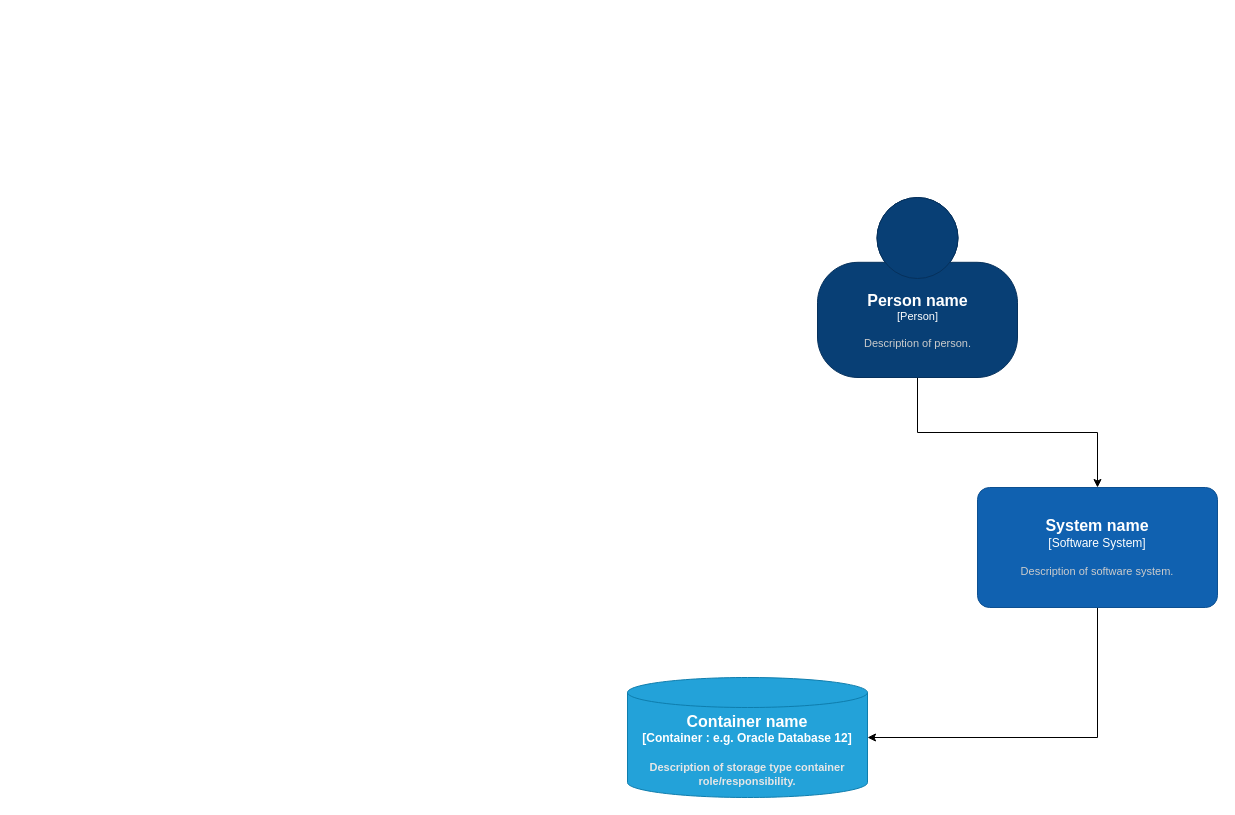
Before: desgingtest.drawio in jankb/kotlintest, a draw.io diagram. Source tidied: cells renumbered, new cells numbered last; positions are measured from the earlier drawing's top-left corner, leaving out a move shared by most shapes. Both pictures are drawn from the tidied source at 100%, with x=0, y=0 at pixel (627, 197).
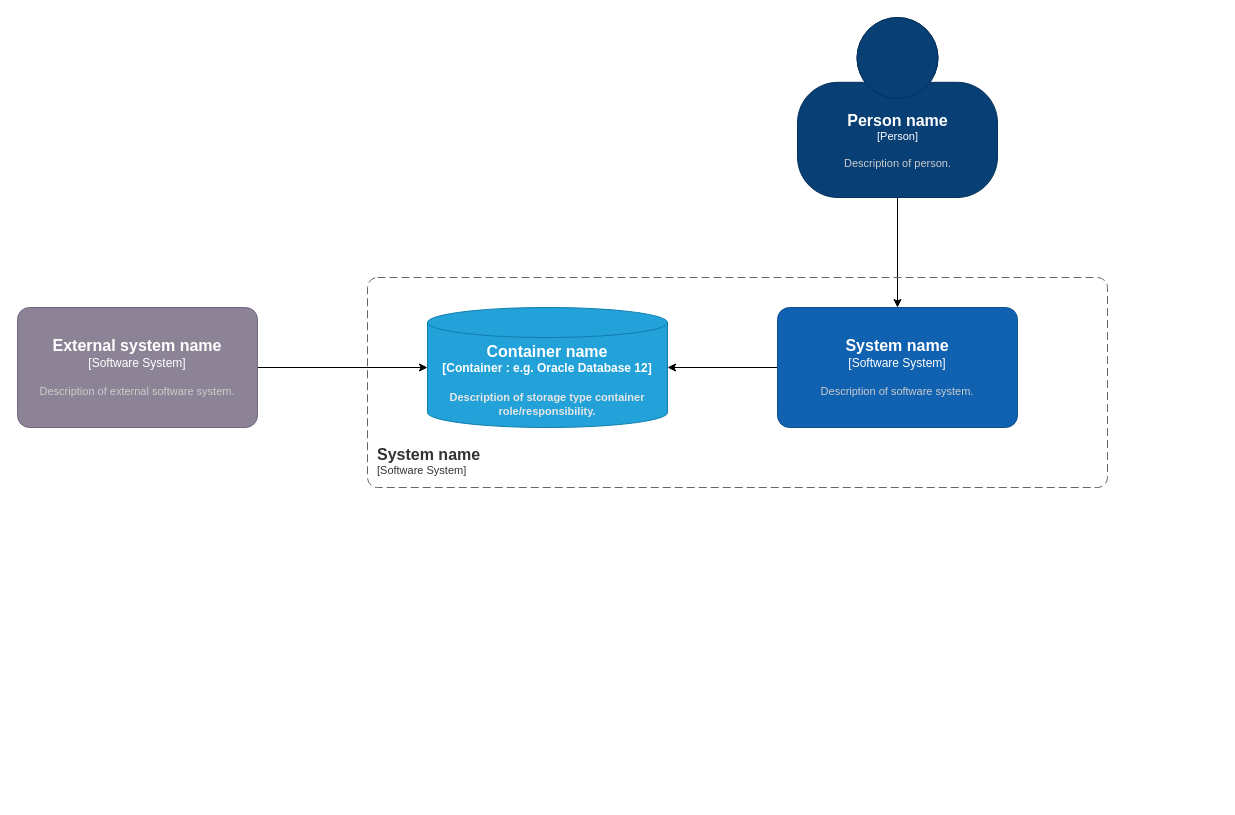
After the change.

What changed in the source:
```diff
@@
 <mxGraphModel>
   <root>
     <mxCell id="0" />
     <mxCell id="1" parent="0" />
     <mxCell id="2" style="edgeStyle=orthogonalEdgeStyle;rounded=0;jettySize=auto;html=1;exitX=0.5;exitY=1;exitDx=0;exitDy=0;exitPerimeter=0;entryX=0.5;entryY=0;entryDx=0;entryDy=0;entryPerimeter=0;" parent="1" edge="1" source="3" target="6">
       <mxGeometry relative="1" as="geometry" />
     </mxCell>
     <object id="3" label="&lt;font style=&quot;font-size: 16px&quot;&gt;&lt;b&gt;%c4Name%&lt;/b&gt;&lt;/font&gt;&lt;div&gt;[%c4Type%]&lt;/div&gt;&lt;br&gt;&lt;div&gt;&lt;font style=&quot;font-size: 11px&quot;&gt;&lt;font color=&quot;#cccccc&quot;&gt;%c4Description%&lt;/font&gt;&lt;/div&gt;" c4Description="Description of person." c4Name="Person name" c4Type="Person" placeholders="1">
       <mxCell style="html=1;fontSize=11;dashed=0;whitespace=wrap;fillColor=#083F75;strokeColor=#06315C;fontColor=#ffffff;shape=mxgraph.c4.person2;align=center;points=[[0.5,0,0],[1,0.5,0],[1,0.75,0],[0.75,1,0],[0.5,1,0],[0.25,1,0],[0,0.75,0],[0,0.5,0]];" parent="1" vertex="1">
-        <mxGeometry x="190" width="200" height="180" as="geometry" />
+        <mxGeometry x="170" y="-180" width="200" height="180" as="geometry" />
       </mxCell>
     </object>
     <object id="4" label="&lt;font style=&quot;font-size: 16px&quot;&gt;&lt;b&gt;%c4Type%&lt;/font&gt;&lt;div&gt;[%c4Container%:&amp;nbsp;%c4Technology%]&lt;/div&gt;&lt;br&gt;&lt;div&gt;&lt;font style=&quot;font-size: 11px&quot;&gt;&lt;font color=&quot;#E6E6E6&quot;&gt;%c4Description%&lt;/font&gt;&lt;/div&gt;" c4Container="Container " c4Description="Description of storage type container role/responsibility." c4Technology="e.g. Oracle Database 12" c4Type="Container name" placeholders="1">
       <mxCell style="shape=cylinder3;size=15;whiteSpace=wrap;html=1;boundedLbl=1;rounded=0;labelBackgroundColor=none;fillColor=#23A2D9;fontSize=12;fontColor=#ffffff;align=center;strokeColor=#0E7DAD;points=[[0.5,0,0],[1,0.25,0],[1,0.5,0],[1,0.75,0],[0.5,1,0],[0,0.75,0],[0,0.5,0],[0,0.25,0]];" parent="1" vertex="1">
-        <mxGeometry y="480" width="240" height="120" as="geometry" />
+        <mxGeometry x="-200" y="110" width="240" height="120" as="geometry" />
       </mxCell>
     </object>
-    <mxCell id="5" style="edgeStyle=orthogonalEdgeStyle;rounded=0;jettySize=auto;html=1;exitX=0.5;exitY=1;exitDx=0;exitDy=0;exitPerimeter=0;entryX=1;entryY=0.5;entryDx=0;entryDy=0;entryPerimeter=0;" parent="1" edge="1" source="6" target="4">
+    <mxCell id="5" style="edgeStyle=orthogonalEdgeStyle;rounded=0;jettySize=auto;html=1;exitX=0;exitY=0.5;exitDx=0;exitDy=0;exitPerimeter=0;entryX=1;entryY=0.5;entryDx=0;entryDy=0;entryPerimeter=0;" parent="1" edge="1" source="6" target="4">
       <mxGeometry relative="1" as="geometry" />
     </mxCell>
     <object id="6" label="&lt;font style=&quot;font-size: 16px&quot;&gt;&lt;b&gt;%c4Name%&lt;/b&gt;&lt;/font&gt;&lt;div&gt;[%c4Type%]&lt;/div&gt;&lt;br&gt;&lt;div&gt;&lt;font style=&quot;font-size: 11px&quot;&gt;&lt;font color=&quot;#cccccc&quot;&gt;%c4Description%&lt;/font&gt;&lt;/div&gt;" c4Description="Description of software system." c4Name="System name" c4Type="Software System" placeholders="1">
       <mxCell style="rounded=1;whiteSpace=wrap;html=1;labelBackgroundColor=none;fillColor=#1061B0;fontColor=#ffffff;align=center;arcSize=10;strokeColor=#0D5091;points=[[0.25,0,0],[0.5,0,0],[0.75,0,0],[1,0.25,0],[1,0.5,0],[1,0.75,0],[0.75,1,0],[0.5,1,0],[0.25,1,0],[0,0.75,0],[0,0.5,0],[0,0.25,0]];" parent="1" vertex="1">
-        <mxGeometry x="350" y="290" width="240" height="120" as="geometry" />
+        <mxGeometry x="150" y="110" width="240" height="120" as="geometry" />
       </mxCell>
     </object>
+    <object id="7" label="&lt;font style=&quot;font-size: 16px&quot;&gt;&lt;b&gt;&lt;div style=&quot;text-align: left&quot;&gt;%c4Name%&lt;/div&gt;&lt;/b&gt;&lt;/font&gt;&lt;div style=&quot;text-align: left&quot;&gt;[%c4Application%]&lt;/div&gt;" c4Application="Software System" c4Name="System name" placeholders="1">
+      <mxCell style="rounded=1;fontSize=11;whiteSpace=wrap;html=1;dashed=1;arcSize=20;fillColor=none;strokeColor=#666666;fontColor=#333333;labelBackgroundColor=none;align=left;verticalAlign=bottom;labelBorderColor=none;spacingTop=0;spacing=10;dashPattern=8 4;perimeter=rectanglePerimeter;noLabel=0;labelPadding=0;absoluteArcSize=1;" parent="1" vertex="1">
+        <mxGeometry x="-260" y="80" width="740" height="210" as="geometry" />
+      </mxCell>
+    </object>
+    <mxCell id="8" style="edgeStyle=orthogonalEdgeStyle;rounded=0;jettySize=auto;html=1;exitX=1;exitY=0.5;exitDx=0;exitDy=0;exitPerimeter=0;" parent="1" edge="1" source="9" target="4">
+      <mxGeometry relative="1" as="geometry" />
+    </mxCell>
+    <object id="9" label="&lt;font style=&quot;font-size: 16px&quot;&gt;&lt;b&gt;%c4Name%&lt;/b&gt;&lt;/font&gt;&lt;div&gt;[%c4Type%]&lt;/div&gt;&lt;br&gt;&lt;div&gt;&lt;font style=&quot;font-size: 11px&quot;&gt;&lt;font color=&quot;#cccccc&quot;&gt;%c4Description%&lt;/font&gt;&lt;/div&gt;" c4Description="Description of external software system." c4Name="External system name" c4Type="Software System" placeholders="1">
+      <mxCell style="rounded=1;whiteSpace=wrap;html=1;labelBackgroundColor=none;fillColor=#8C8496;fontColor=#ffffff;align=center;arcSize=10;strokeColor=#736782;points=[[0.25,0,0],[0.5,0,0],[0.75,0,0],[1,0.25,0],[1,0.5,0],[1,0.75,0],[0.75,1,0],[0.5,1,0],[0.25,1,0],[0,0.75,0],[0,0.5,0],[0,0.25,0]];" parent="1" vertex="1">
+        <mxGeometry x="-610" y="110" width="240" height="120" as="geometry" />
+      </mxCell>
+    </object>
   </root>
 </mxGraphModel>
```
